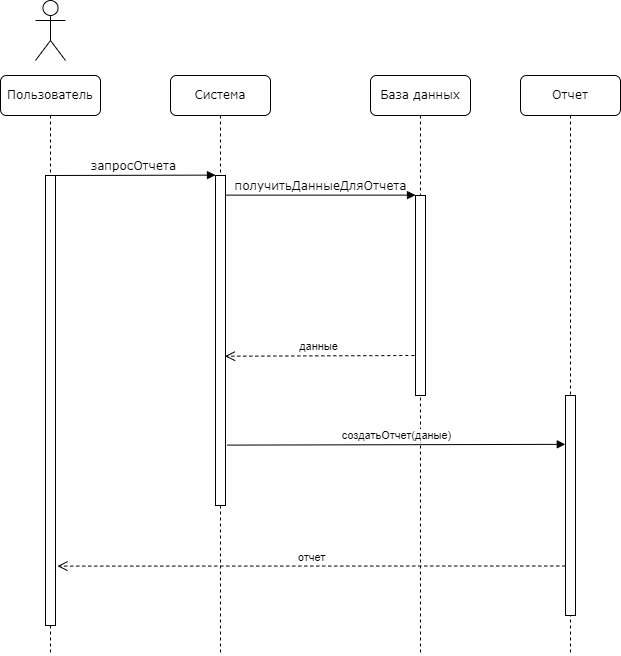
This is png/Диаграмма последовательностей(генерация отчета).png from ober0/Order-and-customer-accounting-system, a draw.io export, as it was before one commit. Source tidied: cells renumbered, new cells last; positions are measured from the earlier drawing's top-left corner, leaving out a move shared by most shapes. The source it was exported from:
```xml
<mxGraphModel>
  <root>
    <mxCell id="0" />
    <mxCell id="1" parent="0" />
    <mxCell id="2" value="Система" style="shape=umlLifeline;perimeter=lifelinePerimeter;whiteSpace=wrap;html=1;rounded=1;shadow=0;comic=0;labelBackgroundColor=none;strokeWidth=1;fontFamily=Verdana;fontSize=12;align=center;" parent="1" vertex="1">
      <mxGeometry x="170" y="75" width="100" height="580" as="geometry" />
    </mxCell>
    <mxCell id="3" style="html=1;points=[];perimeter=orthogonalPerimeter;rounded=0;shadow=0;comic=0;labelBackgroundColor=none;strokeWidth=1;fontFamily=Verdana;fontSize=12;align=center;" parent="2" vertex="1">
      <mxGeometry x="45" y="100" width="10" height="330" as="geometry" />
    </mxCell>
    <mxCell id="4" value="База данных" style="shape=umlLifeline;perimeter=lifelinePerimeter;whiteSpace=wrap;html=1;rounded=1;shadow=0;comic=0;labelBackgroundColor=none;strokeWidth=1;fontFamily=Verdana;fontSize=12;align=center;" parent="1" vertex="1">
      <mxGeometry x="370" y="75" width="100" height="580" as="geometry" />
    </mxCell>
    <mxCell id="5" style="html=1;points=[];perimeter=orthogonalPerimeter;rounded=0;shadow=0;comic=0;labelBackgroundColor=none;strokeWidth=1;fontFamily=Verdana;fontSize=12;align=center;" parent="4" vertex="1">
      <mxGeometry x="45" y="120" width="10" height="200" as="geometry" />
    </mxCell>
    <mxCell id="6" value="Пользователь" style="shape=umlLifeline;perimeter=lifelinePerimeter;whiteSpace=wrap;html=1;rounded=1;shadow=0;comic=0;labelBackgroundColor=none;strokeWidth=1;fontFamily=Verdana;fontSize=12;align=center;" parent="1" vertex="1">
      <mxGeometry y="75" width="100" height="580" as="geometry" />
    </mxCell>
    <mxCell id="7" style="html=1;points=[];perimeter=orthogonalPerimeter;rounded=0;shadow=0;comic=0;labelBackgroundColor=none;strokeWidth=1;fontFamily=Verdana;fontSize=12;align=center;" parent="6" vertex="1">
      <mxGeometry x="45" y="100" width="10" height="450" as="geometry" />
    </mxCell>
    <mxCell id="8" value="запросОтчета" style="html=1;verticalAlign=bottom;endArrow=block;entryX=0;entryY=0;labelBackgroundColor=none;fontFamily=Verdana;fontSize=12;edgeStyle=elbowEdgeStyle;elbow=vertical;" parent="1" edge="1" source="7" target="3">
      <mxGeometry relative="1" as="geometry" />
    </mxCell>
    <mxCell id="9" value="получитьДанныеДляОтчета" style="html=1;verticalAlign=bottom;endArrow=block;entryX=0;entryY=0;labelBackgroundColor=none;fontFamily=Verdana;fontSize=12;edgeStyle=elbowEdgeStyle;elbow=vertical;" parent="1" edge="1" source="3" target="5">
      <mxGeometry relative="1" as="geometry" />
    </mxCell>
    <mxCell id="10" style="shape=umlActor;verticalLabelPosition=bottom;verticalAlign=top;html=1;" parent="1" vertex="1">
      <mxGeometry x="35" width="30" height="60" as="geometry" />
    </mxCell>
    <mxCell id="11" value="данные" style="html=1;verticalAlign=bottom;endArrow=open;dashed=1;endSize=8;curved=0;rounded=0;exitX=-0.12;exitY=0.8;exitDx=0;exitDy=0;exitPerimeter=0;entryX=0.95;entryY=0.696;entryDx=0;entryDy=0;entryPerimeter=0;" parent="1" edge="1" source="5">
      <mxGeometry relative="1" as="geometry">
        <mxPoint x="224.5" y="355.7" as="targetPoint" />
      </mxGeometry>
    </mxCell>
    <mxCell id="12" value="Отчет" style="shape=umlLifeline;perimeter=lifelinePerimeter;whiteSpace=wrap;html=1;rounded=1;shadow=0;comic=0;labelBackgroundColor=none;strokeWidth=1;fontFamily=Verdana;fontSize=12;align=center;" parent="1" vertex="1">
      <mxGeometry x="520" y="75" width="100" height="580" as="geometry" />
    </mxCell>
    <mxCell id="13" style="html=1;points=[];perimeter=orthogonalPerimeter;rounded=0;shadow=0;comic=0;labelBackgroundColor=none;strokeWidth=1;fontFamily=Verdana;fontSize=12;align=center;" parent="12" vertex="1">
      <mxGeometry x="45" y="320" width="10" height="220" as="geometry" />
    </mxCell>
    <mxCell id="14" value="создатьОтчет(даные)" style="html=1;verticalAlign=bottom;endArrow=block;curved=0;rounded=0;exitX=1.152;exitY=0.817;exitDx=0;exitDy=0;exitPerimeter=0;entryX=-0.022;entryY=0.222;entryDx=0;entryDy=0;entryPerimeter=0;" parent="1" edge="1" source="3" target="13">
      <mxGeometry relative="1" as="geometry" />
    </mxCell>
    <mxCell id="15" value="отчет" style="html=1;verticalAlign=bottom;endArrow=open;dashed=1;endSize=8;curved=0;rounded=0;entryX=1.196;entryY=0.868;entryDx=0;entryDy=0;entryPerimeter=0;exitX=-0.022;exitY=0.775;exitDx=0;exitDy=0;exitPerimeter=0;" parent="1" edge="1" source="13" target="7">
      <mxGeometry relative="1" as="geometry" />
    </mxCell>
  </root>
</mxGraphModel>
```
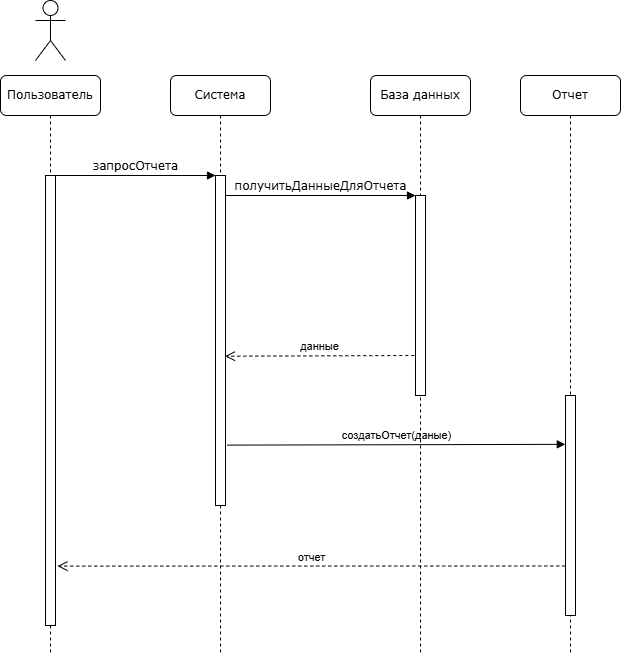
Later version of the same file.

Change to the diagram source:
```diff
@@ -1,4 +1,4 @@
-<mxGraphModel>
+<mxGraphModel background="#ffffff">
   <root>
     <mxCell id="0" />
     <mxCell id="1" parent="0" />
@@ -20,16 +20,16 @@
     <mxCell id="7" style="html=1;points=[];perimeter=orthogonalPerimeter;rounded=0;shadow=0;comic=0;labelBackgroundColor=none;strokeWidth=1;fontFamily=Verdana;fontSize=12;align=center;" parent="6" vertex="1">
       <mxGeometry x="45" y="100" width="10" height="450" as="geometry" />
     </mxCell>
-    <mxCell id="8" value="запросОтчета" style="html=1;verticalAlign=bottom;endArrow=block;entryX=0;entryY=0;labelBackgroundColor=none;fontFamily=Verdana;fontSize=12;edgeStyle=elbowEdgeStyle;elbow=vertical;" parent="1" edge="1" source="7" target="3">
+    <mxCell id="8" value="запросОтчета" style="html=1;verticalAlign=bottom;endArrow=block;entryX=0;entryY=0;labelBackgroundColor=none;fontFamily=Verdana;fontSize=12;edgeStyle=elbowEdgeStyle;elbow=vertical;fontColor=default;" parent="1" edge="1" source="7" target="3">
       <mxGeometry relative="1" as="geometry" />
     </mxCell>
-    <mxCell id="9" value="получитьДанныеДляОтчета" style="html=1;verticalAlign=bottom;endArrow=block;entryX=0;entryY=0;labelBackgroundColor=none;fontFamily=Verdana;fontSize=12;edgeStyle=elbowEdgeStyle;elbow=vertical;" parent="1" edge="1" source="3" target="5">
+    <mxCell id="9" value="получитьДанныеДляОтчета" style="html=1;verticalAlign=bottom;endArrow=block;entryX=0;entryY=0;labelBackgroundColor=none;fontFamily=Verdana;fontSize=12;edgeStyle=elbowEdgeStyle;elbow=vertical;fontColor=default;" parent="1" edge="1" source="3" target="5">
       <mxGeometry relative="1" as="geometry" />
     </mxCell>
-    <mxCell id="10" style="shape=umlActor;verticalLabelPosition=bottom;verticalAlign=top;html=1;" parent="1" vertex="1">
-      <mxGeometry x="35" width="30" height="60" as="geometry" />
-    </mxCell>
+    <mxCell id="16" style="shape=umlActor;verticalLabelPosition=bottom;verticalAlign=top;html=1;labelBackgroundColor=none;" parent="1" vertex="1">
+      <mxGeometry x="35" width="30" height="60" as="geometry" />
+    </mxCell>
-    <mxCell id="11" value="данные" style="html=1;verticalAlign=bottom;endArrow=open;dashed=1;endSize=8;curved=0;rounded=0;exitX=-0.12;exitY=0.8;exitDx=0;exitDy=0;exitPerimeter=0;entryX=0.95;entryY=0.696;entryDx=0;entryDy=0;entryPerimeter=0;" parent="1" edge="1" source="5">
+    <mxCell id="11" value="данные" style="html=1;verticalAlign=bottom;endArrow=open;dashed=1;endSize=8;curved=0;rounded=0;exitX=-0.12;exitY=0.8;exitDx=0;exitDy=0;exitPerimeter=0;entryX=0.95;entryY=0.696;entryDx=0;entryDy=0;entryPerimeter=0;labelBackgroundColor=none;fontColor=default;" parent="1" edge="1" source="5">
       <mxGeometry relative="1" as="geometry">
         <mxPoint x="224.5" y="355.7" as="targetPoint" />
       </mxGeometry>
@@ -40,10 +40,10 @@
     <mxCell id="13" style="html=1;points=[];perimeter=orthogonalPerimeter;rounded=0;shadow=0;comic=0;labelBackgroundColor=none;strokeWidth=1;fontFamily=Verdana;fontSize=12;align=center;" parent="12" vertex="1">
       <mxGeometry x="45" y="320" width="10" height="220" as="geometry" />
     </mxCell>
-    <mxCell id="14" value="создатьОтчет(даные)" style="html=1;verticalAlign=bottom;endArrow=block;curved=0;rounded=0;exitX=1.152;exitY=0.817;exitDx=0;exitDy=0;exitPerimeter=0;entryX=-0.022;entryY=0.222;entryDx=0;entryDy=0;entryPerimeter=0;" parent="1" edge="1" source="3" target="13">
+    <mxCell id="14" value="создатьОтчет(даные)" style="html=1;verticalAlign=bottom;endArrow=block;curved=0;rounded=0;exitX=1.152;exitY=0.817;exitDx=0;exitDy=0;exitPerimeter=0;entryX=-0.022;entryY=0.222;entryDx=0;entryDy=0;entryPerimeter=0;labelBackgroundColor=none;fontColor=default;" parent="1" edge="1" source="3" target="13">
       <mxGeometry relative="1" as="geometry" />
     </mxCell>
-    <mxCell id="15" value="отчет" style="html=1;verticalAlign=bottom;endArrow=open;dashed=1;endSize=8;curved=0;rounded=0;entryX=1.196;entryY=0.868;entryDx=0;entryDy=0;entryPerimeter=0;exitX=-0.022;exitY=0.775;exitDx=0;exitDy=0;exitPerimeter=0;" parent="1" edge="1" source="13" target="7">
+    <mxCell id="15" value="отчет" style="html=1;verticalAlign=bottom;endArrow=open;dashed=1;endSize=8;curved=0;rounded=0;entryX=1.196;entryY=0.868;entryDx=0;entryDy=0;entryPerimeter=0;exitX=-0.022;exitY=0.775;exitDx=0;exitDy=0;exitPerimeter=0;labelBackgroundColor=none;fontColor=default;" parent="1" edge="1" source="13" target="7">
       <mxGeometry relative="1" as="geometry" />
     </mxCell>
   </root>
```
